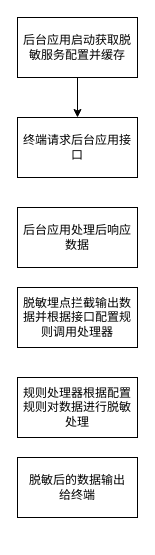
Above: Untitled Diagram.drawio in chordcreater/chordcreater.github.io (draw.io), before the change. Source tidied: cells renumbered, new cells numbered last; positions are measured from the earlier drawing's top-left corner, leaving out a move shared by most shapes. Both pictures are drawn from the tidied source at 100%, with x=0, y=0 at pixel (17, 17).
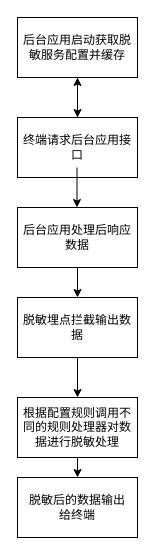
The same page after the edit.

The edit, as a diff of the source:
```diff
@@
 <mxGraphModel>
   <root>
     <mxCell id="0" />
     <mxCell id="1" parent="0" />
     <mxCell id="2" value="后台应用启动获取脱敏服务配置并缓存" style="rounded=0;whiteSpace=wrap;html=1;" parent="1" vertex="1">
       <mxGeometry width="120" height="60" as="geometry" />
     </mxCell>
+    <mxCell id="9" style="edgeStyle=orthogonalEdgeStyle;rounded=0;jettySize=auto;html=1;" parent="1" edge="1" source="3" target="2">
+      <mxGeometry relative="1" as="geometry" />
+    </mxCell>
     <mxCell id="3" value="终端请求后台应用接口" style="rounded=0;whiteSpace=wrap;html=1;" parent="1" vertex="1">
       <mxGeometry y="100" width="120" height="60" as="geometry" />
     </mxCell>
     <mxCell id="4" value="后台应用处理后响应数据" style="rounded=0;whiteSpace=wrap;html=1;" parent="1" vertex="1">
       <mxGeometry y="190" width="120" height="60" as="geometry" />
     </mxCell>
-    <mxCell id="5" value="脱敏埋点拦截输出数据并根据接口配置规则调用处理器" style="rounded=0;whiteSpace=wrap;html=1;" parent="1" vertex="1">
-      <mxGeometry y="270" width="120" height="60" as="geometry" />
+    <mxCell id="5" value="脱敏埋点拦截输出数据" style="rounded=0;whiteSpace=wrap;html=1;" parent="1" vertex="1">
+      <mxGeometry y="280" width="120" height="60" as="geometry" />
     </mxCell>
     <mxCell id="6" style="endArrow=classic;html=1;rounded=0;exitX=0.5;exitY=1;exitDx=0;exitDy=0;" parent="1" edge="1" source="2" target="3">
       <mxGeometry relative="1" as="geometry" />
     </mxCell>
-    <mxCell id="7" value="规则处理器根据配置规则对数据进行脱敏处理" style="rounded=0;whiteSpace=wrap;html=1;" parent="1" vertex="1">
-      <mxGeometry y="360" width="120" height="60" as="geometry" />
+    <mxCell id="7" value="根据配置规则调用不同的规则处理器对数据进行脱敏处理" style="rounded=0;whiteSpace=wrap;html=1;" parent="1" vertex="1">
+      <mxGeometry y="380" width="120" height="60" as="geometry" />
     </mxCell>
     <mxCell id="8" value="脱敏后的数据输出&lt;br&gt;给终端" style="rounded=0;whiteSpace=wrap;html=1;" parent="1" vertex="1">
-      <mxGeometry y="440" width="120" height="60" as="geometry" />
+      <mxGeometry y="460" width="120" height="60" as="geometry" />
     </mxCell>
+    <mxCell id="10" style="endArrow=classic;html=1;rounded=0;exitX=0.5;exitY=1;exitDx=0;exitDy=0;" parent="1" edge="1">
+      <mxGeometry relative="1" as="geometry">
+        <mxPoint x="59.5" y="150" as="sourcePoint" />
+        <mxPoint x="59.5" y="190" as="targetPoint" />
+      </mxGeometry>
+    </mxCell>
+    <mxCell id="11" style="endArrow=classic;html=1;rounded=0;exitX=0.5;exitY=1;exitDx=0;exitDy=0;entryX=0.5;entryY=0;entryDx=0;entryDy=0;" parent="1" edge="1" source="4" target="5">
+      <mxGeometry relative="1" as="geometry" />
+    </mxCell>
+    <mxCell id="12" style="endArrow=classic;html=1;rounded=0;entryX=0.5;entryY=0;entryDx=0;entryDy=0;exitX=0.5;exitY=1;exitDx=0;exitDy=0;" parent="1" edge="1" source="5" target="7">
+      <mxGeometry relative="1" as="geometry" />
+    </mxCell>
+    <mxCell id="13" style="endArrow=classic;html=1;rounded=0;entryX=0.5;entryY=0;entryDx=0;entryDy=0;exitX=0.5;exitY=1;exitDx=0;exitDy=0;" parent="1" edge="1" source="7" target="8">
+      <mxGeometry relative="1" as="geometry" />
+    </mxCell>
   </root>
 </mxGraphModel>
```
